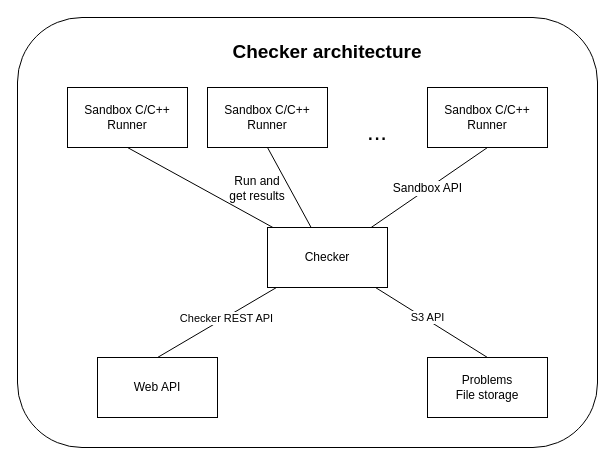
Earlier version of the draw.io diagram diagrams/checker/checker-architecture.drawio (acadnet-dev/docs). Source tidied: cells renumbered, new cells numbered last; positions are measured from the earlier drawing's top-left corner, leaving out a move shared by most shapes. Both pictures are drawn from the tidied source at 100%, with x=0, y=0 at pixel (17, 17).
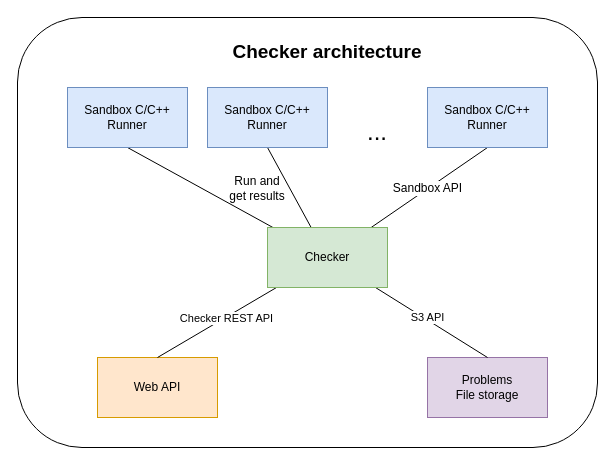
The same page after the edit.

Diff of the diagram source:
```diff
@@
-    <mxCell id="4" value="Web API" style="rounded=0;whiteSpace=wrap;html=1;" parent="1" vertex="1">
+    <mxCell id="4" value="Web API" style="rounded=0;whiteSpace=wrap;html=1;fillColor=#ffe6cc;strokeColor=#d79b00;" parent="1" vertex="1">
       <mxGeometry x="80" y="340" width="120" height="60" as="geometry" />
     </mxCell>
-    <mxCell id="5" value="Problems&lt;br&gt;File storage" style="rounded=0;whiteSpace=wrap;html=1;" parent="1" vertex="1">
+    <mxCell id="5" value="Problems&lt;br&gt;File storage" style="rounded=0;whiteSpace=wrap;html=1;fillColor=#e1d5e7;strokeColor=#9673a6;" parent="1" vertex="1">
       <mxGeometry x="410" y="340" width="120" height="60" as="geometry" />
     </mxCell>
@@
-    <mxCell id="14" value="Checker" style="rounded=0;whiteSpace=wrap;html=1;" parent="1" vertex="1">
+    <mxCell id="14" value="Checker" style="rounded=0;whiteSpace=wrap;html=1;fillColor=#d5e8d4;strokeColor=#82b366;" parent="1" vertex="1">
       <mxGeometry x="250" y="210" width="120" height="60" as="geometry" />
     </mxCell>
-    <mxCell id="15" value="Sandbox C/C++&lt;br&gt;Runner" style="rounded=0;whiteSpace=wrap;html=1;" parent="1" vertex="1">
+    <mxCell id="15" value="Sandbox C/C++&lt;br&gt;Runner" style="rounded=0;whiteSpace=wrap;html=1;fillColor=#dae8fc;strokeColor=#6c8ebf;" parent="1" vertex="1">
       <mxGeometry x="50" y="70" width="120" height="60" as="geometry" />
     </mxCell>
-    <mxCell id="16" value="Sandbox C/C++&lt;br&gt;Runner" style="rounded=0;whiteSpace=wrap;html=1;" parent="1" vertex="1">
+    <mxCell id="16" value="Sandbox C/C++&lt;br&gt;Runner" style="rounded=0;whiteSpace=wrap;html=1;fillColor=#dae8fc;strokeColor=#6c8ebf;" parent="1" vertex="1">
       <mxGeometry x="190" y="70" width="120" height="60" as="geometry" />
     </mxCell>
-    <mxCell id="17" value="Sandbox C/C++&lt;br&gt;Runner" style="rounded=0;whiteSpace=wrap;html=1;" parent="1" vertex="1">
+    <mxCell id="17" value="Sandbox C/C++&lt;br&gt;Runner" style="rounded=0;whiteSpace=wrap;html=1;fillColor=#dae8fc;strokeColor=#6c8ebf;" parent="1" vertex="1">
       <mxGeometry x="410" y="70" width="120" height="60" as="geometry" />
     </mxCell>
```
